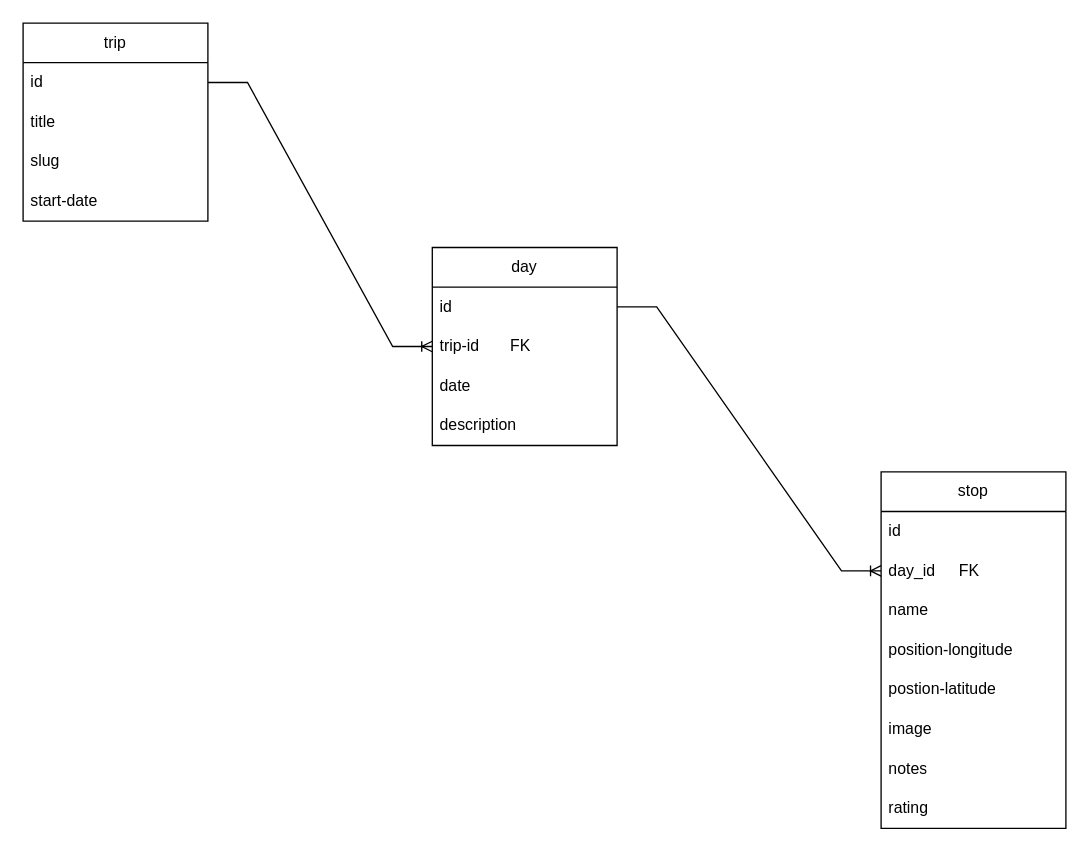
Above: back/db-schema.drawio in andreadebortoli2/travel-app (draw.io), before the change. Source tidied: cells renumbered, new cells numbered last; positions are measured from the earlier drawing's top-left corner, leaving out a move shared by most shapes. Both pictures are drawn from the tidied source at 132%, with x=0, y=0 at pixel (22, 22).
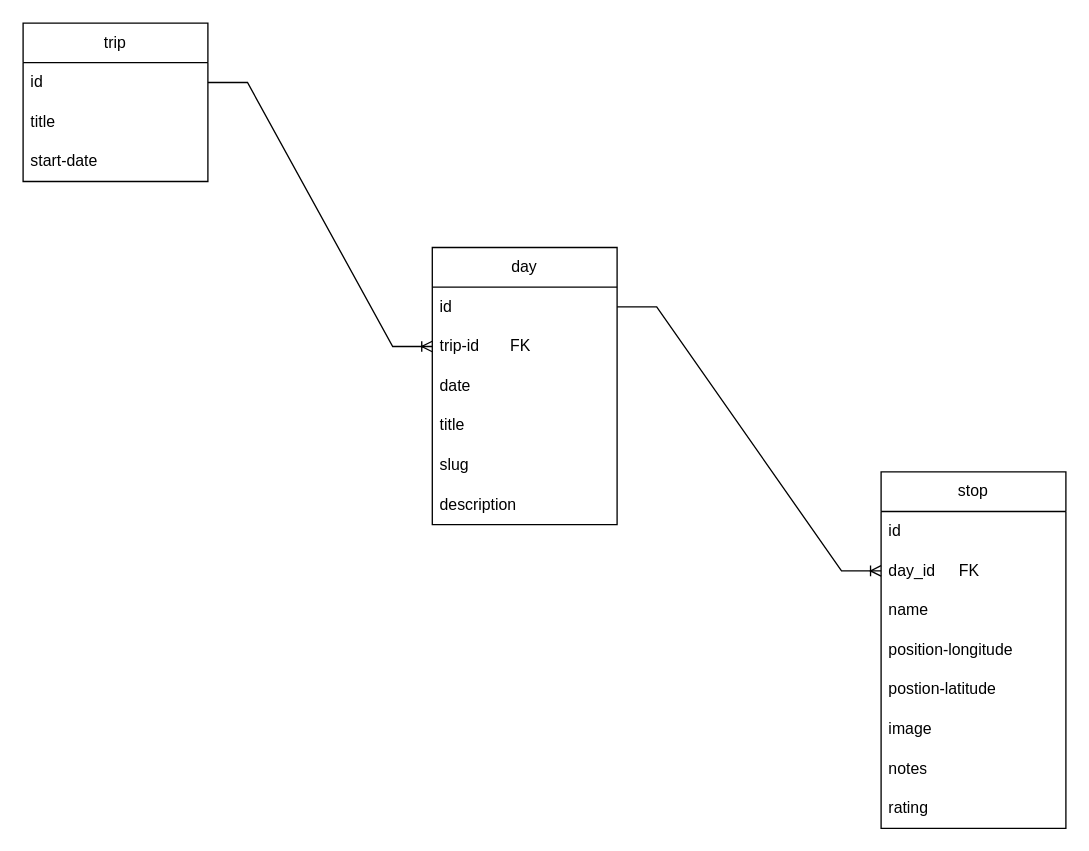
Above is the later version.

Change to the diagram source:
```diff
@@
     <mxCell id="2" value="trip" style="swimlane;fontStyle=0;horizontal=1;startSize=30;whiteSpace=wrap;html=1;" parent="1" vertex="1">
-      <mxGeometry width="140" height="150" as="geometry" />
+      <mxGeometry width="140" height="120" as="geometry" />
     </mxCell>
@@
-    <mxCell id="5" value="slug" style="text;strokeColor=none;fillColor=none;align=left;verticalAlign=middle;spacingLeft=4;spacingRight=4;overflow=hidden;whiteSpace=wrap;html=1;" parent="2" vertex="1">
-      <mxGeometry y="90" width="140" height="30" as="geometry" />
-    </mxCell>
     <mxCell id="6" value="start-date" style="text;strokeColor=none;fillColor=none;align=left;verticalAlign=middle;spacingLeft=4;spacingRight=4;overflow=hidden;whiteSpace=wrap;html=1;" parent="2" vertex="1">
-      <mxGeometry y="120" width="140" height="30" as="geometry" />
+      <mxGeometry y="90" width="140" height="30" as="geometry" />
     </mxCell>
     <mxCell id="7" value="day" style="swimlane;fontStyle=0;horizontal=1;startSize=30;whiteSpace=wrap;html=1;" parent="1" vertex="1">
-      <mxGeometry x="310" y="170" width="140" height="150" as="geometry" />
+      <mxGeometry x="310" y="170" width="140" height="210" as="geometry" />
     </mxCell>
@@
+    <mxCell id="23" value="title" style="text;strokeColor=none;fillColor=none;align=left;verticalAlign=middle;spacingLeft=4;spacingRight=4;overflow=hidden;whiteSpace=wrap;html=1;" parent="7" vertex="1">
+      <mxGeometry y="120" width="140" height="30" as="geometry" />
+    </mxCell>
+    <mxCell id="5" value="slug" style="text;strokeColor=none;fillColor=none;align=left;verticalAlign=middle;spacingLeft=4;spacingRight=4;overflow=hidden;whiteSpace=wrap;html=1;" parent="7" vertex="1">
+      <mxGeometry y="150" width="140" height="30" as="geometry" />
+    </mxCell>
     <mxCell id="11" value="description" style="text;strokeColor=none;fillColor=none;align=left;verticalAlign=middle;spacingLeft=4;spacingRight=4;overflow=hidden;whiteSpace=wrap;html=1;" parent="7" vertex="1">
-      <mxGeometry y="120" width="140" height="30" as="geometry" />
+      <mxGeometry y="180" width="140" height="30" as="geometry" />
     </mxCell>
```
